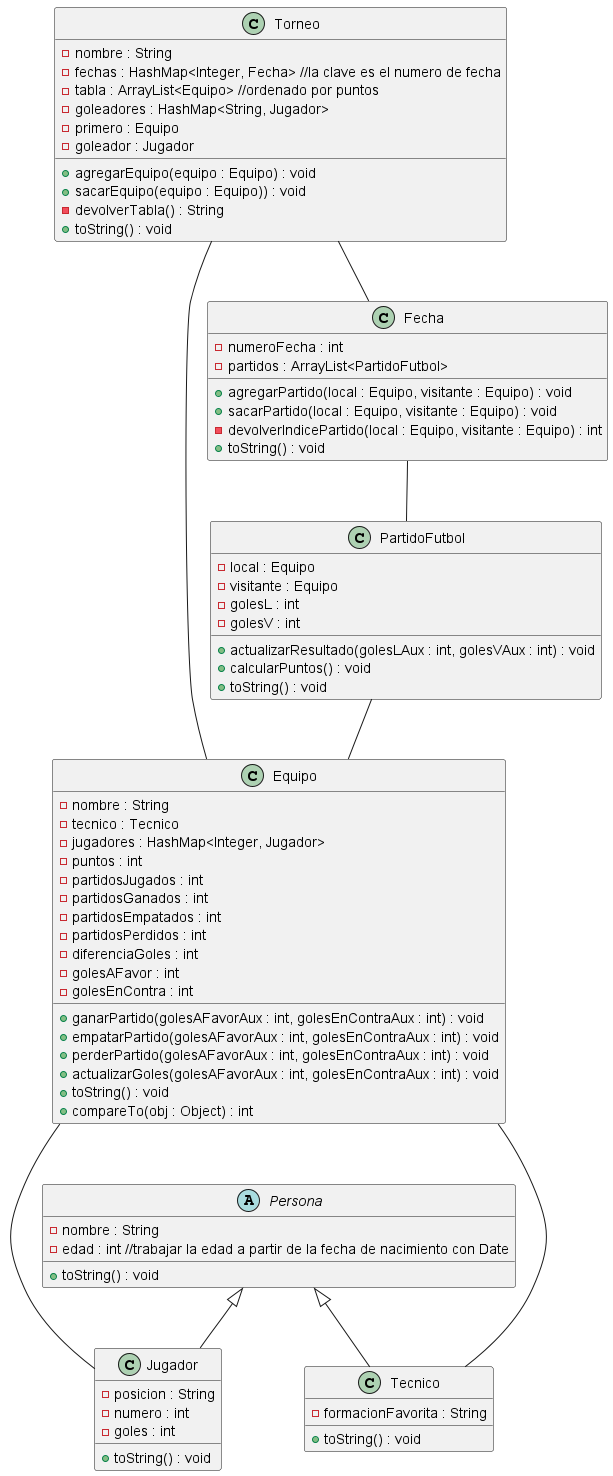
The PlantUML diagram images/diagrama-de-clases.png in agustinrojass/appTorneo, before a commit.
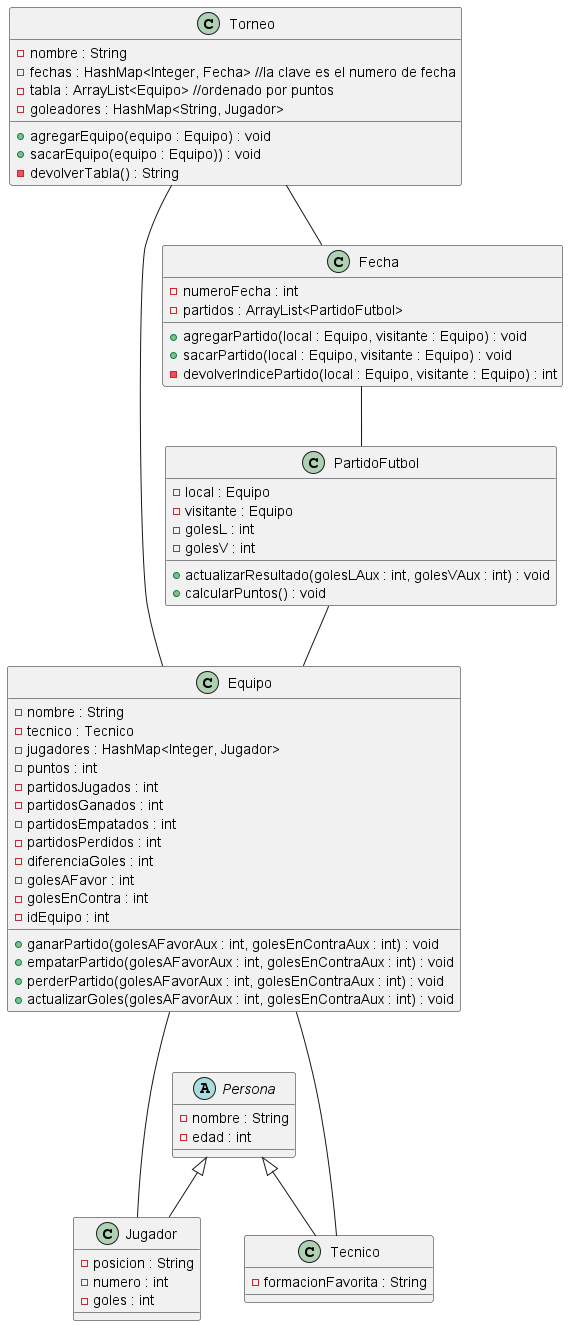
Later version of the same file.

Diff of the diagram source:
```diff
@@ -10,12 +10,9 @@
     - fechas : HashMap<Integer, Fecha> //la clave es el numero de fecha
     - tabla : ArrayList<Equipo> //ordenado por puntos
     - goleadores : HashMap<String, Jugador>
-    - primero : Equipo
-    - goleador : Jugador
     + agregarEquipo(equipo : Equipo) : void
     + sacarEquipo(equipo : Equipo)) : void
     - devolverTabla() : String
-    + toString() : void
 }
 class Fecha {
     - numeroFecha : int
@@ -23,7 +20,6 @@
     + agregarPartido(local : Equipo, visitante : Equipo) : void
     + sacarPartido(local : Equipo, visitante : Equipo) : void
     - devolverIndicePartido(local : Equipo, visitante : Equipo) : int
-    + toString() : void
 }
 class PartidoFutbol {
     - local : Equipo
@@ -32,7 +28,6 @@
     - golesV : int
     + actualizarResultado(golesLAux : int, golesVAux : int) : void
     + calcularPuntos() : void
-    + toString() : void
 }
 class Equipo {
     - nombre : String
@@ -46,26 +41,22 @@
     - diferenciaGoles : int
     - golesAFavor : int
     - golesEnContra : int
+    - idEquipo : int
     + ganarPartido(golesAFavorAux : int, golesEnContraAux : int) : void
     + empatarPartido(golesAFavorAux : int, golesEnContraAux : int) : void
     + perderPartido(golesAFavorAux : int, golesEnContraAux : int) : void
     + actualizarGoles(golesAFavorAux : int, golesEnContraAux : int) : void
-    + toString() : void
-    + compareTo(obj : Object) : int
 }
 abstract class Persona {
     - nombre : String
-    - edad : int //trabajar la edad a partir de la fecha de nacimiento con Date
-    + toString() : void
+    - edad : int
 }
 class Jugador extends Persona {
     - posicion : String
     - numero : int
     - goles : int
-    + toString() : void
 }
 class Tecnico extends Persona {
     - formacionFavorita : String
-    + toString() : void
 }
 @enduml
```
